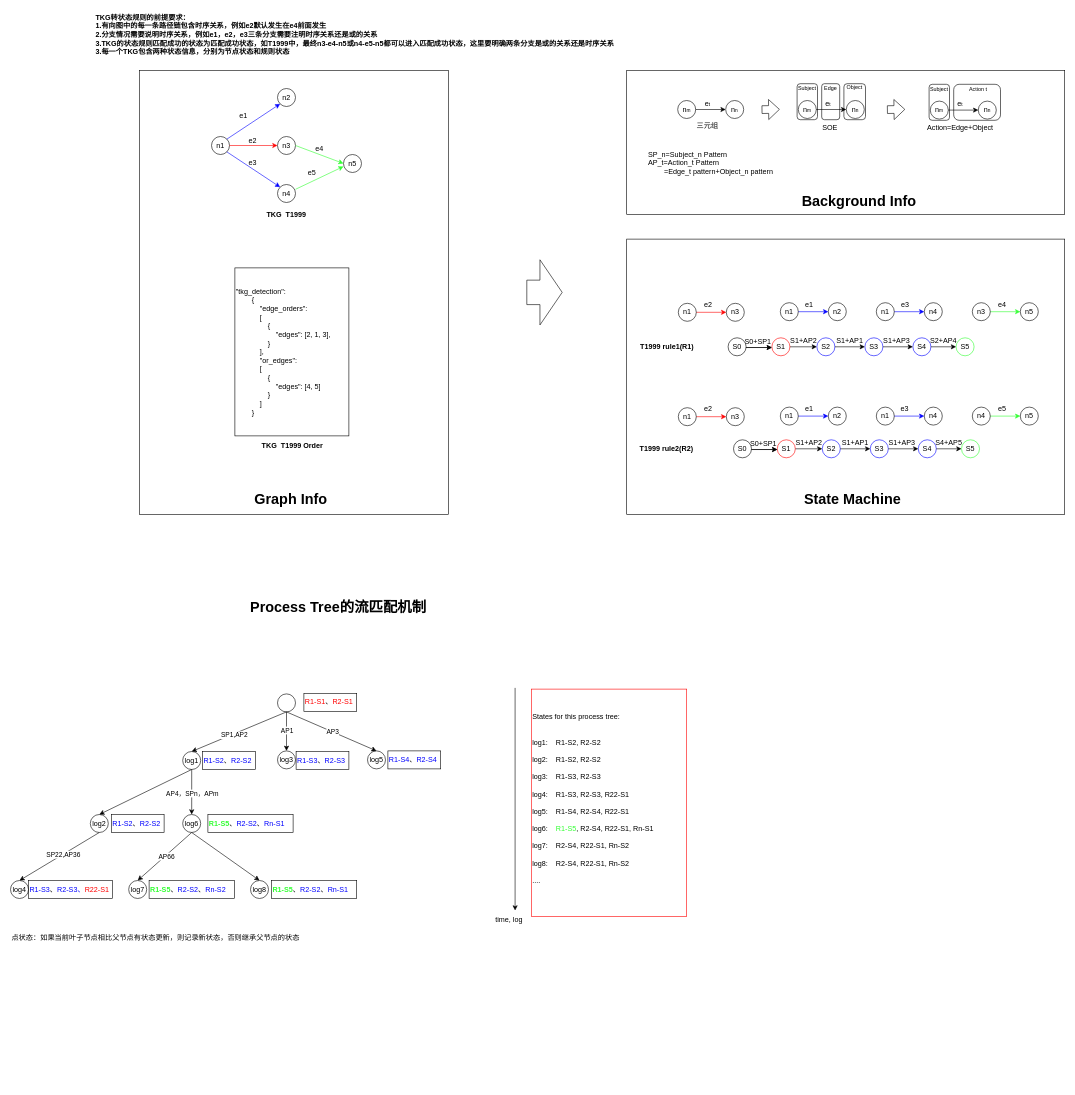
The draw.io diagram page "TKG转状态规则" (2 of 2) of state.drawio in sidney-neu/draw_io, before the edit. Source tidied: cells renumbered, new cells numbered last; positions are measured from the earlier drawing's top-left corner, leaving out a move shared by most shapes. Both pictures are drawn from the tidied source at 60%, with x=0, y=0 at pixel (10, 10).
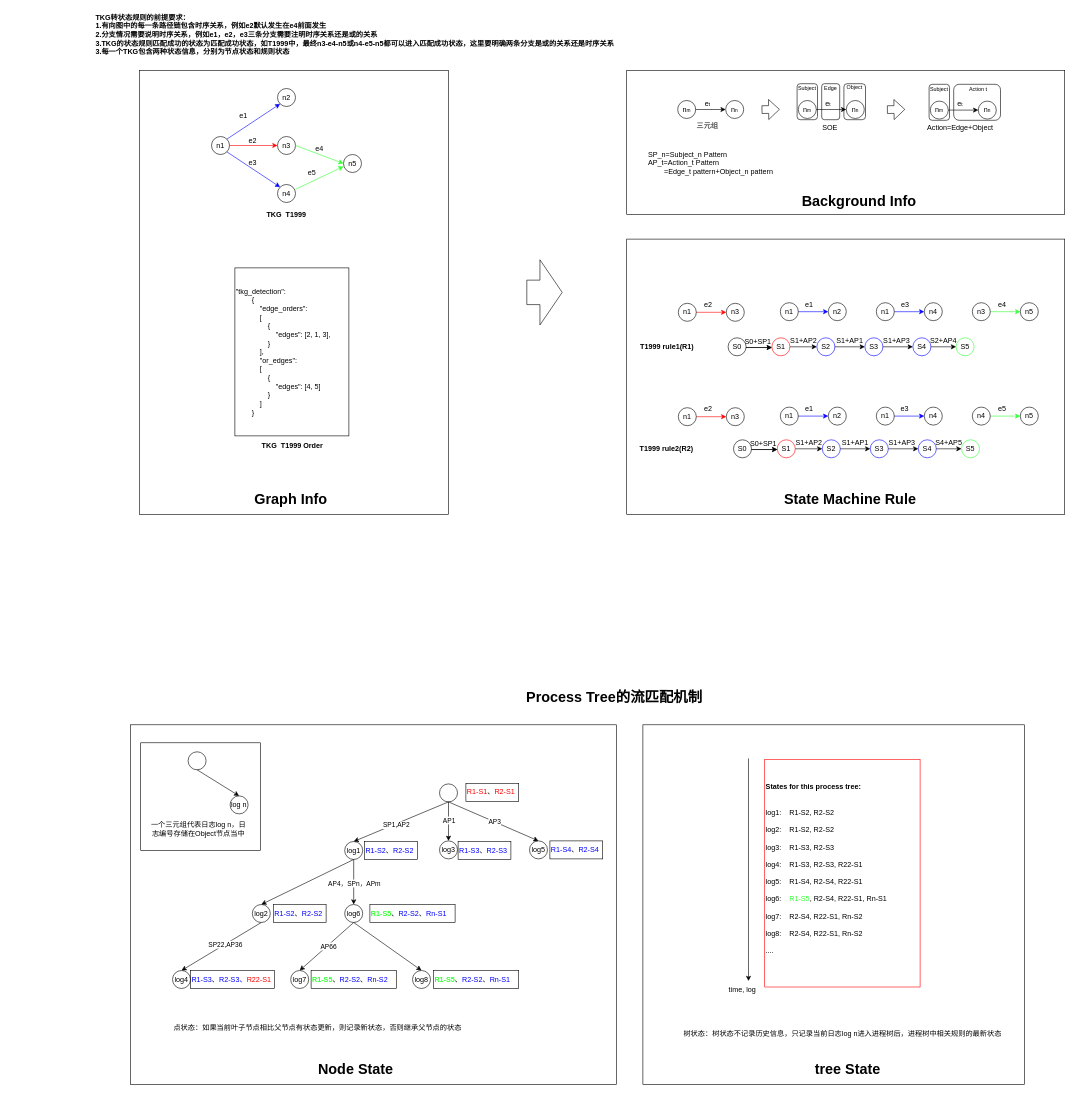
After the change.

The edit, as a diff of the source:
```diff
@@
+    <mxCell id="166" style="rounded=0;whiteSpace=wrap;html=1;shadow=0;" parent="1" vertex="1">
+      <mxGeometry x="1054" y="1190.5" width="636" height="599.5" as="geometry" />
+    </mxCell>
+    <mxCell id="167" style="rounded=0;whiteSpace=wrap;html=1;shadow=0;" parent="1" vertex="1">
+      <mxGeometry x="200" y="1190.5" width="810" height="599.5" as="geometry" />
+    </mxCell>
@@
-    <mxCell id="127" value="&lt;b&gt;&lt;font style=&quot;font-size: 24px;&quot;&gt;State Machine&lt;br&gt;&lt;/font&gt;&lt;/b&gt;" style="text;strokeColor=none;align=center;fillColor=none;html=1;verticalAlign=middle;whiteSpace=wrap;rounded=0;" parent="1" vertex="1">
-      <mxGeometry x="1301" y="800" width="205" height="30" as="geometry" />
+    <mxCell id="127" value="&lt;b&gt;&lt;font style=&quot;font-size: 24px;&quot;&gt;State Machine Rule&lt;br&gt;&lt;/font&gt;&lt;/b&gt;" style="text;strokeColor=none;align=center;fillColor=none;html=1;verticalAlign=middle;whiteSpace=wrap;rounded=0;" parent="1" vertex="1">
+      <mxGeometry x="1265" y="800" width="269" height="30" as="geometry" />
     </mxCell>
@@
     <mxCell id="135" style="ellipse;whiteSpace=wrap;html=1;fillColor=none;" parent="1" vertex="1">
-      <mxGeometry x="445" y="1139" width="30" height="30" as="geometry" />
+      <mxGeometry x="715" y="1289" width="30" height="30" as="geometry" />
     </mxCell>
     <mxCell id="136" value="log3" style="ellipse;whiteSpace=wrap;html=1;fillColor=none;" parent="1" vertex="1">
-      <mxGeometry x="445" y="1234" width="30" height="30" as="geometry" />
+      <mxGeometry x="715" y="1384" width="30" height="30" as="geometry" />
     </mxCell>
     <mxCell id="137" value="log5" style="ellipse;whiteSpace=wrap;html=1;fillColor=none;" parent="1" vertex="1">
-      <mxGeometry x="595" y="1234" width="30" height="30" as="geometry" />
+      <mxGeometry x="865" y="1384" width="30" height="30" as="geometry" />
     </mxCell>
     <mxCell id="138" value="log1" style="ellipse;whiteSpace=wrap;html=1;fillColor=none;" parent="1" vertex="1">
-      <mxGeometry x="287" y="1235" width="30" height="30" as="geometry" />
+      <mxGeometry x="557" y="1385" width="30" height="30" as="geometry" />
     </mxCell>
     <mxCell id="139" value="log6" style="ellipse;whiteSpace=wrap;html=1;fillColor=none;" parent="1" vertex="1">
-      <mxGeometry x="287" y="1340" width="30" height="30" as="geometry" />
+      <mxGeometry x="557" y="1490" width="30" height="30" as="geometry" />
     </mxCell>
@@
     <mxCell id="142" value="log2" style="ellipse;whiteSpace=wrap;html=1;fillColor=none;" parent="1" vertex="1">
-      <mxGeometry x="133" y="1340" width="30" height="30" as="geometry" />
+      <mxGeometry x="403" y="1490" width="30" height="30" as="geometry" />
     </mxCell>
@@
     <mxCell id="146" value="log7" style="ellipse;whiteSpace=wrap;html=1;fillColor=none;" parent="1" vertex="1">
-      <mxGeometry x="197" y="1450" width="30" height="30" as="geometry" />
+      <mxGeometry x="467" y="1600" width="30" height="30" as="geometry" />
     </mxCell>
@@
     <mxCell id="150" value="&lt;font color=&quot;#ff0000&quot;&gt;R1-S1&lt;/font&gt;、&lt;font color=&quot;#ff0000&quot;&gt;R2-S1&lt;/font&gt;" style="text;strokeColor=#000000;align=left;fillColor=none;html=1;verticalAlign=middle;whiteSpace=wrap;rounded=0;" parent="1" vertex="1">
-      <mxGeometry x="489" y="1138" width="88" height="30" as="geometry" />
+      <mxGeometry x="759" y="1288" width="88" height="30" as="geometry" />
     </mxCell>
     <mxCell id="151" value="&lt;font color=&quot;#0000ff&quot;&gt;R1-S2&lt;/font&gt;、&lt;font color=&quot;#0000ff&quot;&gt;R2-S2&lt;/font&gt;" style="text;strokeColor=#000000;align=left;fillColor=none;html=1;verticalAlign=middle;whiteSpace=wrap;rounded=0;" parent="1" vertex="1">
-      <mxGeometry x="320" y="1235" width="88" height="30" as="geometry" />
+      <mxGeometry x="590" y="1385" width="88" height="30" as="geometry" />
     </mxCell>
     <mxCell id="152" value="&lt;font color=&quot;#33ff33&quot;&gt;&lt;b&gt;R1-S5&lt;/b&gt;&lt;/font&gt;、&lt;font color=&quot;#0000ff&quot;&gt;R2-S2&lt;/font&gt;、&lt;font color=&quot;#0000ff&quot;&gt;Rn-S1&lt;/font&gt;" style="text;strokeColor=#000000;align=left;fillColor=none;html=1;verticalAlign=middle;whiteSpace=wrap;rounded=0;" parent="1" vertex="1">
-      <mxGeometry x="329" y="1340" width="142" height="30" as="geometry" />
+      <mxGeometry x="599" y="1490" width="142" height="30" as="geometry" />
     </mxCell>
     <mxCell id="153" value="&lt;font color=&quot;#0000ff&quot;&gt;R1-S3&lt;/font&gt;、&lt;font color=&quot;#0000ff&quot;&gt;R2-S3&lt;/font&gt;" style="text;strokeColor=#000000;align=left;fillColor=none;html=1;verticalAlign=middle;whiteSpace=wrap;rounded=0;" parent="1" vertex="1">
-      <mxGeometry x="476" y="1235" width="88" height="30" as="geometry" />
+      <mxGeometry x="746" y="1385" width="88" height="30" as="geometry" />
     </mxCell>
     <mxCell id="154" value="&lt;font color=&quot;#0000ff&quot;&gt;R1-S4&lt;/font&gt;、&lt;font color=&quot;#0000ff&quot;&gt;R2-S4&lt;/font&gt;" style="text;strokeColor=#000000;align=left;fillColor=none;html=1;verticalAlign=middle;whiteSpace=wrap;rounded=0;" parent="1" vertex="1">
-      <mxGeometry x="629" y="1234" width="88" height="30" as="geometry" />
+      <mxGeometry x="899" y="1384" width="88" height="30" as="geometry" />
     </mxCell>
     <mxCell id="155" value="log8" style="ellipse;whiteSpace=wrap;html=1;fillColor=none;" parent="1" vertex="1">
-      <mxGeometry x="400" y="1450" width="30" height="30" as="geometry" />
+      <mxGeometry x="670" y="1600" width="30" height="30" as="geometry" />
     </mxCell>
-    <mxCell id="156" value="&lt;div align=&quot;left&quot;&gt;States for this process tree:&lt;/div&gt;&lt;div align=&quot;left&quot;&gt;&lt;br&gt;&lt;/div&gt;&lt;div align=&quot;left&quot;&gt;&lt;br&gt;&lt;/div&gt;&lt;div align=&quot;left&quot;&gt;log1:&amp;nbsp;&amp;nbsp;&amp;nbsp; R1-S2, R2-S2&lt;/div&gt;&lt;div align=&quot;left&quot;&gt;&lt;br&gt;&lt;/div&gt;&lt;div align=&quot;left&quot;&gt;log2:&amp;nbsp;&amp;nbsp;&amp;nbsp; R1-S2, R2-S2&lt;/div&gt;&lt;div align=&quot;left&quot;&gt;&lt;br&gt;&lt;/div&gt;&lt;div align=&quot;left&quot;&gt;log3:&amp;nbsp;&amp;nbsp;&amp;nbsp; R1-S3, R2-S3&lt;/div&gt;&lt;div align=&quot;left&quot;&gt;&lt;br&gt;&lt;/div&gt;&lt;div align=&quot;left&quot;&gt;log4:&amp;nbsp;&amp;nbsp;&amp;nbsp; R1-S3, R2-S3, R22-S1&lt;/div&gt;&lt;div align=&quot;left&quot;&gt;&lt;br&gt;&lt;/div&gt;&lt;div align=&quot;left&quot;&gt;log5: &amp;nbsp;&amp;nbsp; R1-S4, R2-S4, R22-S1&lt;/div&gt;&lt;div align=&quot;left&quot;&gt;&amp;nbsp;&lt;br&gt;&lt;/div&gt;&lt;div align=&quot;left&quot;&gt;log6: &amp;nbsp;&amp;nbsp; &lt;font color=&quot;#33ff33&quot;&gt;R1-S5&lt;/font&gt;, R2-S4, R22-S1, Rn-S1 &lt;br&gt;&lt;/div&gt;&lt;div align=&quot;left&quot;&gt;&lt;br&gt;&lt;/div&gt;&lt;div align=&quot;left&quot;&gt;log7:&amp;nbsp;&amp;nbsp;&amp;nbsp; R2-S4, R22-S1, Rn-S2&lt;/div&gt;&lt;div align=&quot;left&quot;&gt;&lt;br&gt;&lt;/div&gt;&lt;div align=&quot;left&quot;&gt;log8:&amp;nbsp;&amp;nbsp;&amp;nbsp; R2-S4, R22-S1, Rn-S2&lt;div align=&quot;left&quot;&gt;&lt;br&gt;&lt;/div&gt;&lt;/div&gt;&lt;div align=&quot;left&quot;&gt;....&lt;/div&gt;&lt;div align=&quot;left&quot;&gt;&lt;br&gt;&lt;/div&gt;" style="text;strokeColor=#FF0000;align=left;fillColor=none;html=1;verticalAlign=middle;whiteSpace=wrap;rounded=0;" parent="1" vertex="1">
-      <mxGeometry x="868" y="1131" width="259" height="379" as="geometry" />
+    <mxCell id="156" value="&lt;div align=&quot;left&quot;&gt;&lt;b&gt;States for this process tree:&lt;/b&gt;&lt;/div&gt;&lt;div align=&quot;left&quot;&gt;&lt;br&gt;&lt;/div&gt;&lt;div align=&quot;left&quot;&gt;&lt;br&gt;&lt;/div&gt;&lt;div align=&quot;left&quot;&gt;log1:&amp;nbsp;&amp;nbsp;&amp;nbsp; R1-S2, R2-S2&lt;/div&gt;&lt;div align=&quot;left&quot;&gt;&lt;br&gt;&lt;/div&gt;&lt;div align=&quot;left&quot;&gt;log2:&amp;nbsp;&amp;nbsp;&amp;nbsp; R1-S2, R2-S2&lt;/div&gt;&lt;div align=&quot;left&quot;&gt;&lt;br&gt;&lt;/div&gt;&lt;div align=&quot;left&quot;&gt;log3:&amp;nbsp;&amp;nbsp;&amp;nbsp; R1-S3, R2-S3&lt;/div&gt;&lt;div align=&quot;left&quot;&gt;&lt;br&gt;&lt;/div&gt;&lt;div align=&quot;left&quot;&gt;log4:&amp;nbsp;&amp;nbsp;&amp;nbsp; R1-S3, R2-S3, R22-S1&lt;/div&gt;&lt;div align=&quot;left&quot;&gt;&lt;br&gt;&lt;/div&gt;&lt;div align=&quot;left&quot;&gt;log5: &amp;nbsp;&amp;nbsp; R1-S4, R2-S4, R22-S1&lt;/div&gt;&lt;div align=&quot;left&quot;&gt;&amp;nbsp;&lt;br&gt;&lt;/div&gt;&lt;div align=&quot;left&quot;&gt;log6: &amp;nbsp;&amp;nbsp; &lt;font color=&quot;#33ff33&quot;&gt;R1-S5&lt;/font&gt;, R2-S4, R22-S1, Rn-S1 &lt;br&gt;&lt;/div&gt;&lt;div align=&quot;left&quot;&gt;&lt;br&gt;&lt;/div&gt;&lt;div align=&quot;left&quot;&gt;log7:&amp;nbsp;&amp;nbsp;&amp;nbsp; R2-S4, R22-S1, Rn-S2&lt;/div&gt;&lt;div align=&quot;left&quot;&gt;&lt;br&gt;&lt;/div&gt;&lt;div align=&quot;left&quot;&gt;log8:&amp;nbsp;&amp;nbsp;&amp;nbsp; R2-S4, R22-S1, Rn-S2&lt;div align=&quot;left&quot;&gt;&lt;br&gt;&lt;/div&gt;&lt;/div&gt;&lt;div align=&quot;left&quot;&gt;....&lt;/div&gt;&lt;div align=&quot;left&quot;&gt;&lt;br&gt;&lt;/div&gt;" style="text;strokeColor=#FF0000;align=left;fillColor=none;html=1;verticalAlign=middle;whiteSpace=wrap;rounded=0;" parent="1" vertex="1">
+      <mxGeometry x="1257" y="1248.5" width="259" height="379" as="geometry" />
     </mxCell>
     <mxCell id="157" style="endArrow=classic;html=1;rounded=0;" parent="1" edge="1">
       <mxGeometry relative="1" as="geometry">
-        <mxPoint x="841" y="1129" as="sourcePoint" />
-        <mxPoint x="841" y="1500" as="targetPoint" />
+        <mxPoint x="1230" y="1246.5" as="sourcePoint" />
+        <mxPoint x="1230" y="1617.5" as="targetPoint" />
       </mxGeometry>
     </mxCell>
     <mxCell id="158" value="time, log" style="text;strokeColor=none;align=center;fillColor=none;html=1;verticalAlign=middle;whiteSpace=wrap;rounded=0;" parent="1" vertex="1">
-      <mxGeometry x="801" y="1500" width="60" height="30" as="geometry" />
+      <mxGeometry x="1190" y="1617.5" width="60" height="30" as="geometry" />
     </mxCell>
     <mxCell id="159" value="&lt;font style=&quot;font-size: 24px;&quot;&gt;&lt;b&gt;Process Tree的流匹配机制&lt;/b&gt;&lt;/font&gt;" style="text;strokeColor=none;align=center;fillColor=none;html=1;verticalAlign=middle;whiteSpace=wrap;rounded=0;" parent="1" vertex="1">
-      <mxGeometry x="374" y="980" width="345" height="30" as="geometry" />
+      <mxGeometry x="834" y="1130" width="345" height="30" as="geometry" />
     </mxCell>
     <mxCell id="160" value="&lt;font color=&quot;#0000ff&quot;&gt;R1-S2&lt;/font&gt;、&lt;font color=&quot;#0000ff&quot;&gt;R2-S2&lt;/font&gt;" style="text;strokeColor=#000000;align=left;fillColor=none;html=1;verticalAlign=middle;whiteSpace=wrap;rounded=0;" parent="1" vertex="1">
-      <mxGeometry x="168" y="1340" width="88" height="30" as="geometry" />
+      <mxGeometry x="438" y="1490" width="88" height="30" as="geometry" />
     </mxCell>
     <mxCell id="161" value="log4" style="ellipse;whiteSpace=wrap;html=1;fillColor=none;" parent="1" vertex="1">
-      <mxGeometry y="1450" width="30" height="30" as="geometry" />
+      <mxGeometry x="270" y="1600" width="30" height="30" as="geometry" />
     </mxCell>
     <mxCell id="162" value="&lt;font color=&quot;#0000ff&quot;&gt;R1-S3&lt;/font&gt;、&lt;font color=&quot;#0000ff&quot;&gt;R2-S3、&lt;/font&gt;&lt;font color=&quot;#ff0000&quot;&gt;R22-S1&lt;/font&gt;" style="text;strokeColor=#000000;align=left;fillColor=none;html=1;verticalAlign=middle;whiteSpace=wrap;rounded=0;" parent="1" vertex="1">
-      <mxGeometry x="30" y="1450" width="140" height="30" as="geometry" />
+      <mxGeometry x="300" y="1600" width="140" height="30" as="geometry" />
     </mxCell>
     <mxCell id="163" value="&lt;font color=&quot;#33ff33&quot;&gt;&lt;b&gt;R1-S5&lt;/b&gt;&lt;/font&gt;、&lt;font color=&quot;#0000ff&quot;&gt;R2-S2&lt;/font&gt;、&lt;font color=&quot;#0000ff&quot;&gt;Rn-S2&lt;/font&gt;" style="text;strokeColor=#000000;align=left;fillColor=none;html=1;verticalAlign=middle;whiteSpace=wrap;rounded=0;" parent="1" vertex="1">
-      <mxGeometry x="231" y="1450" width="142" height="30" as="geometry" />
+      <mxGeometry x="501" y="1600" width="142" height="30" as="geometry" />
     </mxCell>
     <mxCell id="164" value="&lt;font color=&quot;#33ff33&quot;&gt;&lt;b&gt;R1-S5&lt;/b&gt;&lt;/font&gt;、&lt;font color=&quot;#0000ff&quot;&gt;R2-S2&lt;/font&gt;、&lt;font color=&quot;#0000ff&quot;&gt;Rn-S1&lt;/font&gt;" style="text;strokeColor=#000000;align=left;fillColor=none;html=1;verticalAlign=middle;whiteSpace=wrap;rounded=0;" parent="1" vertex="1">
-      <mxGeometry x="435" y="1450" width="142" height="30" as="geometry" />
+      <mxGeometry x="705" y="1600" width="142" height="30" as="geometry" />
     </mxCell>
     <mxCell id="165" value="&lt;div align=&quot;left&quot;&gt;&lt;font style=&quot;font-size: 12px;&quot;&gt;点状态：如果当前叶子节点相比父节点有状态更新，则记录新状态，否则继承父节点的状态&lt;/font&gt;&lt;/div&gt;" style="text;strokeColor=none;align=left;fillColor=none;html=1;verticalAlign=middle;whiteSpace=wrap;rounded=0;" parent="1" vertex="1">
-      <mxGeometry y="1530" width="610" height="30" as="geometry" />
+      <mxGeometry x="270" y="1680" width="610" height="30" as="geometry" />
     </mxCell>
+    <mxCell id="168" value="&lt;div align=&quot;left&quot;&gt;&lt;font style=&quot;font-size: 12px;&quot;&gt;树状态：树状态不记录历史信息，只记录当前日志log n进入进程树后，进程树中相关规则的最新状态&lt;/font&gt;&lt;/div&gt;" style="text;strokeColor=none;align=left;fillColor=none;html=1;verticalAlign=middle;whiteSpace=wrap;rounded=0;" parent="1" vertex="1">
+      <mxGeometry x="1120" y="1690" width="593" height="30" as="geometry" />
+    </mxCell>
+    <mxCell id="169" style="rounded=0;jettySize=auto;html=1;exitX=0.5;exitY=1;exitDx=0;exitDy=0;entryX=0.5;entryY=0;entryDx=0;entryDy=0;" parent="1" edge="1" source="170" target="171">
+      <mxGeometry relative="1" as="geometry" />
+    </mxCell>
+    <mxCell id="170" style="ellipse;whiteSpace=wrap;html=1;fillColor=none;" parent="1" vertex="1">
+      <mxGeometry x="296" y="1235.5" width="30" height="30" as="geometry" />
+    </mxCell>
+    <mxCell id="171" value="log n" style="ellipse;whiteSpace=wrap;html=1;fillColor=none;" parent="1" vertex="1">
+      <mxGeometry x="366" y="1309" width="30" height="30" as="geometry" />
+    </mxCell>
+    <mxCell id="172" value="一个三元组代表日志log n，日志编号存储在Object节点当中" style="text;strokeColor=none;align=center;fillColor=none;html=1;verticalAlign=middle;whiteSpace=wrap;rounded=0;" parent="1" vertex="1">
+      <mxGeometry x="231" y="1349" width="165" height="30" as="geometry" />
+    </mxCell>
+    <mxCell id="173" value="&lt;font style=&quot;font-size: 24px;&quot;&gt;&lt;b&gt;Node State&lt;br&gt;&lt;/b&gt;&lt;/font&gt;" style="text;strokeColor=none;align=center;fillColor=none;html=1;verticalAlign=middle;whiteSpace=wrap;rounded=0;" parent="1" vertex="1">
+      <mxGeometry x="403" y="1750" width="345" height="30" as="geometry" />
+    </mxCell>
+    <mxCell id="174" value="&lt;font style=&quot;font-size: 24px;&quot;&gt;&lt;b&gt;tree State&lt;br&gt;&lt;/b&gt;&lt;/font&gt;" style="text;strokeColor=none;align=center;fillColor=none;html=1;verticalAlign=middle;whiteSpace=wrap;rounded=0;" parent="1" vertex="1">
+      <mxGeometry x="1223" y="1750" width="345" height="30" as="geometry" />
+    </mxCell>
+    <mxCell id="175" style="whiteSpace=wrap;html=1;fillColor=none;" parent="1" vertex="1">
+      <mxGeometry x="217" y="1220.5" width="200" height="179.5" as="geometry" />
+    </mxCell>
```
